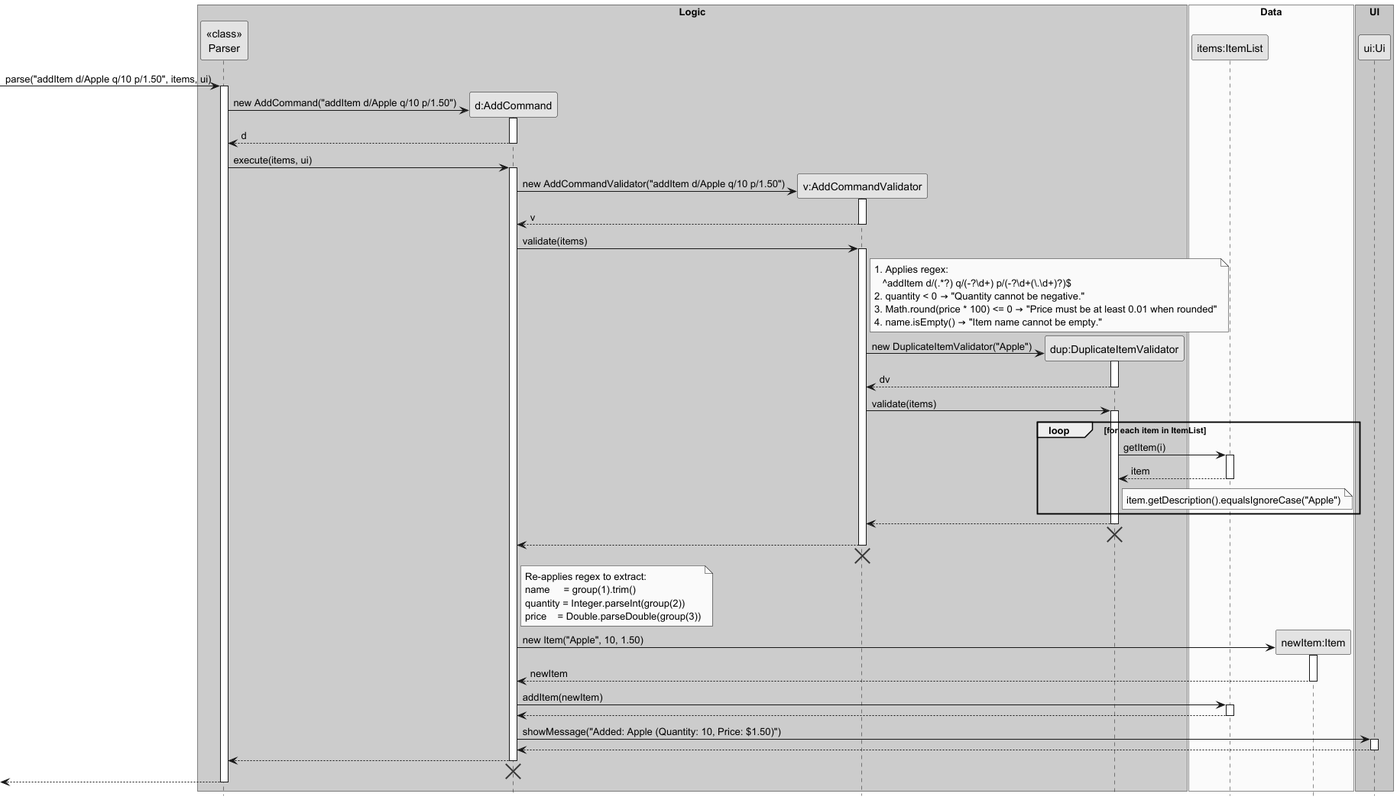
Before: docs/diagrams/AddCommandSequenceDiagram.png, a diagram exported from PlantUML (fmohamedfaras/tp).
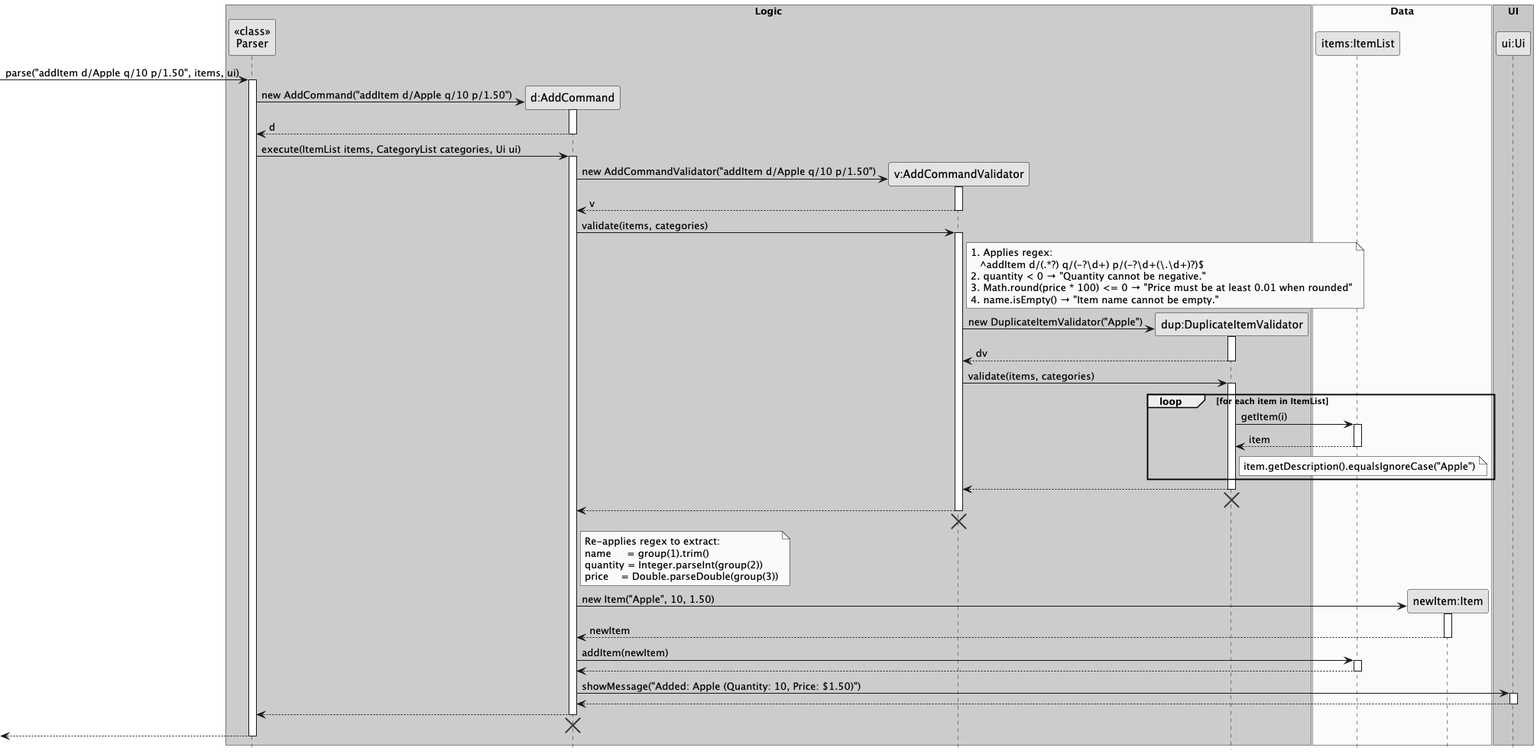
The same file after the commit.

Diff of the diagram source:
```diff
@@ -28,7 +28,7 @@
 AddCommand --> Parser : d
 deactivate AddCommand
 
-Parser -> AddCommand : execute(items, ui)
+Parser -> AddCommand : execute(ItemList items, CategoryList categories, Ui ui)
 activate AddCommand
 
 create AddCommandValidator
@@ -37,7 +37,7 @@
 AddCommandValidator --> AddCommand : v
 deactivate AddCommandValidator
 
-AddCommand -> AddCommandValidator : validate(items)
+AddCommand -> AddCommandValidator : validate(items, categories)
 activate AddCommandValidator
 
 note right of AddCommandValidator
@@ -54,7 +54,7 @@
 DuplicateItemValidator --> AddCommandValidator : dv
 deactivate DuplicateItemValidator
 
-AddCommandValidator -> DuplicateItemValidator : validate(items)
+AddCommandValidator -> DuplicateItemValidator : validate(items, categories)
 activate DuplicateItemValidator
 
 loop for each item in ItemList
```
